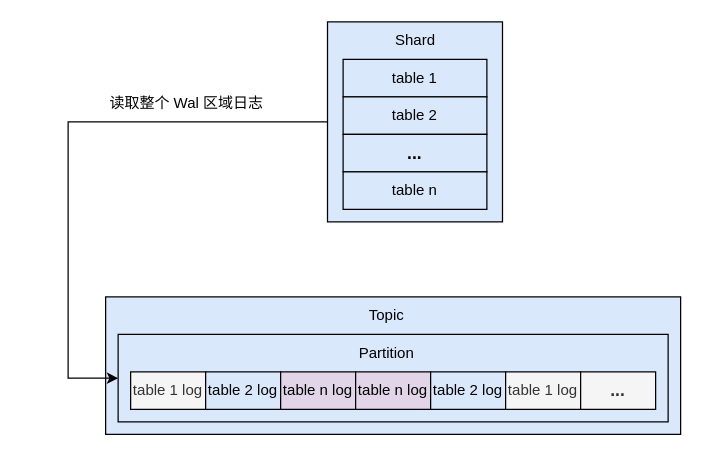
Before: kafkashard.drawio in Rachelint/drawio-store, a draw.io diagram. Source tidied: cells renumbered, new cells numbered last; positions are measured from the earlier drawing's top-left corner, leaving out a move shared by most shapes. Both pictures are drawn from the tidied source at 125%, with x=0, y=0 at pixel (68, 21).
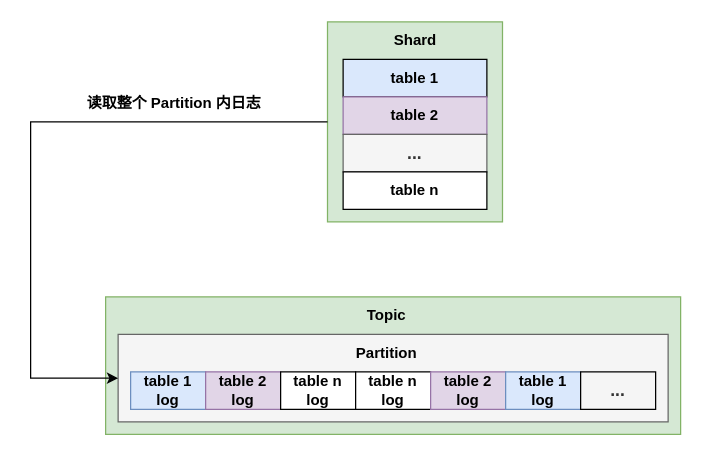
Above is the later version.

What changed in the source:
```diff
@@
-    <mxCell id="2" style="rounded=0;whiteSpace=wrap;html=1;fillColor=#dae8fc;strokeColor=#000000;" parent="1" vertex="1">
-      <mxGeometry x="30" y="220" width="460" height="110" as="geometry" />
-    </mxCell>
-    <mxCell id="3" style="edgeStyle=orthogonalEdgeStyle;rounded=0;jettySize=auto;html=1;exitX=0;exitY=0.5;exitDx=0;exitDy=0;entryX=0;entryY=0.5;entryDx=0;entryDy=0;" parent="1" edge="1" source="4" target="5">
-      <mxGeometry relative="1" as="geometry">
-        <Array as="points">
-          <mxPoint y="80" />
-          <mxPoint y="285" />
-        </Array>
-      </mxGeometry>
-    </mxCell>
-    <mxCell id="4" style="rounded=0;whiteSpace=wrap;html=1;fillColor=#dae8fc;strokeColor=#000000;" parent="1" vertex="1">
-      <mxGeometry x="207.5" width="140" height="160" as="geometry" />
-    </mxCell>
-    <mxCell id="5" style="rounded=0;whiteSpace=wrap;html=1;fillColor=#dae8fc;strokeColor=#000000;" parent="1" vertex="1">
-      <mxGeometry x="40" y="250" width="440" height="70" as="geometry" />
-    </mxCell>
-    <mxCell id="6" value="table 1 log" style="rounded=0;whiteSpace=wrap;html=1;labelBackgroundColor=none;fillColor=#f5f5f5;strokeColor=#000000;fontColor=#333333;" parent="1" vertex="1">
-      <mxGeometry x="50" y="280" width="60" height="30" as="geometry" />
-    </mxCell>
-    <mxCell id="7" value="table 2 log" style="rounded=0;whiteSpace=wrap;html=1;labelBackgroundColor=none;fillColor=#dae8fc;strokeColor=#000000;" parent="1" vertex="1">
-      <mxGeometry x="110" y="280" width="60" height="30" as="geometry" />
-    </mxCell>
-    <mxCell id="8" value="table n log" style="rounded=0;whiteSpace=wrap;html=1;labelBackgroundColor=none;fillColor=#e1d5e7;strokeColor=#000000;" parent="1" vertex="1">
-      <mxGeometry x="170" y="280" width="60" height="30" as="geometry" />
-    </mxCell>
-    <mxCell id="9" value="table n log" style="rounded=0;whiteSpace=wrap;html=1;labelBackgroundColor=none;fillColor=#e1d5e7;strokeColor=#000000;" parent="1" vertex="1">
-      <mxGeometry x="230" y="280" width="60" height="30" as="geometry" />
-    </mxCell>
-    <mxCell id="10" value="table 2 log" style="rounded=0;whiteSpace=wrap;html=1;labelBackgroundColor=none;fillColor=#dae8fc;strokeColor=#000000;" parent="1" vertex="1">
-      <mxGeometry x="290" y="280" width="60" height="30" as="geometry" />
-    </mxCell>
-    <mxCell id="11" value="table 1 log" style="rounded=0;whiteSpace=wrap;html=1;labelBackgroundColor=none;fillColor=#f5f5f5;strokeColor=#000000;fontColor=#333333;" parent="1" vertex="1">
-      <mxGeometry x="350" y="280" width="60" height="30" as="geometry" />
-    </mxCell>
-    <mxCell id="12" value="&lt;b&gt;&lt;font style=&quot;font-size: 14px;&quot;&gt;...&lt;/font&gt;&lt;/b&gt;" style="rounded=0;whiteSpace=wrap;html=1;labelBackgroundColor=none;fillColor=#f5f5f5;strokeColor=#000000;fontColor=#333333;" parent="1" vertex="1">
-      <mxGeometry x="410" y="280" width="60" height="30" as="geometry" />
-    </mxCell>
+    <mxCell id="21" style="rounded=0;whiteSpace=wrap;html=1;fillColor=#d5e8d4;strokeColor=#82b366;fontStyle=1;" parent="1" vertex="1">
+      <mxGeometry x="207.5" width="140" height="160" as="geometry" />
+    </mxCell>
+    <mxCell id="22" style="rounded=0;whiteSpace=wrap;html=1;fillColor=#d5e8d4;strokeColor=#82b366;fontStyle=1;" parent="1" vertex="1">
+      <mxGeometry x="30" y="220" width="460" height="110" as="geometry" />
+    </mxCell>
+    <mxCell id="23" style="rounded=0;whiteSpace=wrap;html=1;fillColor=#f5f5f5;strokeColor=#666666;fontColor=#333333;fontStyle=1;" parent="1" vertex="1">
+      <mxGeometry x="40" y="250" width="440" height="70" as="geometry" />
+    </mxCell>
+    <mxCell id="24" value="table 1 log" style="rounded=0;whiteSpace=wrap;html=1;labelBackgroundColor=none;fillColor=#dae8fc;strokeColor=#6c8ebf;fontStyle=1;" parent="1" vertex="1">
+      <mxGeometry x="50" y="280" width="60" height="30" as="geometry" />
+    </mxCell>
+    <mxCell id="25" value="table 2 log" style="rounded=0;whiteSpace=wrap;html=1;labelBackgroundColor=none;fillColor=#e1d5e7;strokeColor=#9673a6;fontStyle=1;" parent="1" vertex="1">
+      <mxGeometry x="110" y="280" width="60" height="30" as="geometry" />
+    </mxCell>
+    <mxCell id="26" value="table n log" style="rounded=0;whiteSpace=wrap;html=1;labelBackgroundColor=none;fontStyle=1;" parent="1" vertex="1">
+      <mxGeometry x="170" y="280" width="60" height="30" as="geometry" />
+    </mxCell>
+    <mxCell id="27" value="table n log" style="rounded=0;whiteSpace=wrap;html=1;labelBackgroundColor=none;fontStyle=1;" parent="1" vertex="1">
+      <mxGeometry x="230" y="280" width="60" height="30" as="geometry" />
+    </mxCell>
+    <mxCell id="28" value="table 2 log" style="rounded=0;whiteSpace=wrap;html=1;labelBackgroundColor=none;fillColor=#e1d5e7;strokeColor=#9673a6;fontStyle=1;" parent="1" vertex="1">
+      <mxGeometry x="290" y="280" width="60" height="30" as="geometry" />
+    </mxCell>
+    <mxCell id="29" value="table 1 log" style="rounded=0;whiteSpace=wrap;html=1;labelBackgroundColor=none;fillColor=#dae8fc;strokeColor=#6c8ebf;fontStyle=1;" parent="1" vertex="1">
+      <mxGeometry x="350" y="280" width="60" height="30" as="geometry" />
+    </mxCell>
+    <mxCell id="30" value="&lt;span&gt;&lt;font style=&quot;font-size: 14px;&quot;&gt;...&lt;/font&gt;&lt;/span&gt;" style="rounded=0;whiteSpace=wrap;html=1;labelBackgroundColor=none;fillColor=#f5f5f5;strokeColor=#000000;fontColor=#333333;fontStyle=1;" parent="1" vertex="1">
+      <mxGeometry x="410" y="280" width="60" height="30" as="geometry" />
+    </mxCell>
-    <mxCell id="13" value="Partition" style="text;html=1;strokeColor=none;fillColor=none;align=center;verticalAlign=middle;whiteSpace=wrap;rounded=0;" parent="1" vertex="1">
+    <mxCell id="13" value="Partition" style="text;html=1;strokeColor=none;fillColor=none;align=center;verticalAlign=middle;whiteSpace=wrap;rounded=0;fontStyle=1;" parent="1" vertex="1">
       <mxGeometry x="225" y="250" width="60" height="30" as="geometry" />
     </mxCell>
-    <mxCell id="14" value="Topic" style="text;html=1;strokeColor=none;fillColor=none;align=center;verticalAlign=middle;whiteSpace=wrap;rounded=0;" parent="1" vertex="1">
+    <mxCell id="14" value="Topic" style="text;html=1;strokeColor=none;fillColor=none;align=center;verticalAlign=middle;whiteSpace=wrap;rounded=0;fontStyle=1;" parent="1" vertex="1">
       <mxGeometry x="225" y="220" width="60" height="30" as="geometry" />
     </mxCell>
-    <mxCell id="15" value="读取整个 Wal 区域日志" style="text;html=1;strokeColor=none;fillColor=none;align=center;verticalAlign=middle;whiteSpace=wrap;rounded=0;" parent="1" vertex="1">
-      <mxGeometry x="30" y="50" width="130" height="30" as="geometry" />
-    </mxCell>
+    <mxCell id="31" value="读取整个 Partition 内日志" style="text;html=1;strokeColor=none;fillColor=none;align=center;verticalAlign=middle;whiteSpace=wrap;rounded=0;fontStyle=1;" parent="1" vertex="1">
+      <mxGeometry x="10" y="50" width="150" height="30" as="geometry" />
+    </mxCell>
+    <mxCell id="32" style="edgeStyle=orthogonalEdgeStyle;rounded=0;jettySize=auto;html=1;exitX=0;exitY=0.5;exitDx=0;exitDy=0;entryX=0;entryY=0.5;entryDx=0;entryDy=0;fontStyle=1;" parent="1" edge="1" source="21" target="23">
+      <mxGeometry relative="1" as="geometry">
+        <Array as="points">
+          <mxPoint x="-30" y="80" />
+          <mxPoint x="-30" y="285" />
+        </Array>
+      </mxGeometry>
+    </mxCell>
-    <mxCell id="16" value="table 1" style="rounded=0;whiteSpace=wrap;html=1;fillColor=#dae8fc;strokeColor=#000000;" parent="1" vertex="1">
+    <mxCell id="16" value="table 1" style="rounded=0;whiteSpace=wrap;html=1;fillColor=#dae8fc;strokeColor=#000000;fontStyle=1;" parent="1" vertex="1">
       <mxGeometry x="220" y="30" width="115" height="30" as="geometry" />
     </mxCell>
-    <mxCell id="17" value="table 2" style="rounded=0;whiteSpace=wrap;html=1;fillColor=#dae8fc;strokeColor=#000000;" parent="1" vertex="1">
+    <mxCell id="17" value="table 2" style="rounded=0;whiteSpace=wrap;html=1;fillColor=#e1d5e7;strokeColor=#9673a6;fontStyle=1;" parent="1" vertex="1">
       <mxGeometry x="220" y="60" width="115" height="30" as="geometry" />
     </mxCell>
-    <mxCell id="18" value="&lt;font style=&quot;font-size: 14px;&quot;&gt;&lt;b&gt;...&lt;/b&gt;&lt;/font&gt;" style="rounded=0;whiteSpace=wrap;html=1;fillColor=#dae8fc;strokeColor=#000000;" parent="1" vertex="1">
-      <mxGeometry x="220" y="90" width="115" height="30" as="geometry" />
-    </mxCell>
+    <mxCell id="33" value="&lt;font style=&quot;font-size: 14px;&quot;&gt;&lt;span&gt;...&lt;/span&gt;&lt;/font&gt;" style="rounded=0;whiteSpace=wrap;html=1;fillColor=#f5f5f5;strokeColor=#666666;fontColor=#333333;fontStyle=1;" parent="1" vertex="1">
+      <mxGeometry x="220" y="90" width="115" height="30" as="geometry" />
+    </mxCell>
-    <mxCell id="19" value="table n" style="rounded=0;whiteSpace=wrap;html=1;fillColor=#dae8fc;strokeColor=#000000;" parent="1" vertex="1">
+    <mxCell id="19" value="table n" style="rounded=0;whiteSpace=wrap;html=1;fontStyle=1;" parent="1" vertex="1">
       <mxGeometry x="220" y="120" width="115" height="30" as="geometry" />
     </mxCell>
-    <mxCell id="20" value="Shard" style="text;html=1;strokeColor=none;fillColor=none;align=center;verticalAlign=middle;whiteSpace=wrap;rounded=0;" parent="1" vertex="1">
+    <mxCell id="20" value="Shard" style="text;html=1;strokeColor=none;fillColor=none;align=center;verticalAlign=middle;whiteSpace=wrap;rounded=0;fontStyle=1;" parent="1" vertex="1">
       <mxGeometry x="248" width="60" height="30" as="geometry" />
     </mxCell>
```
